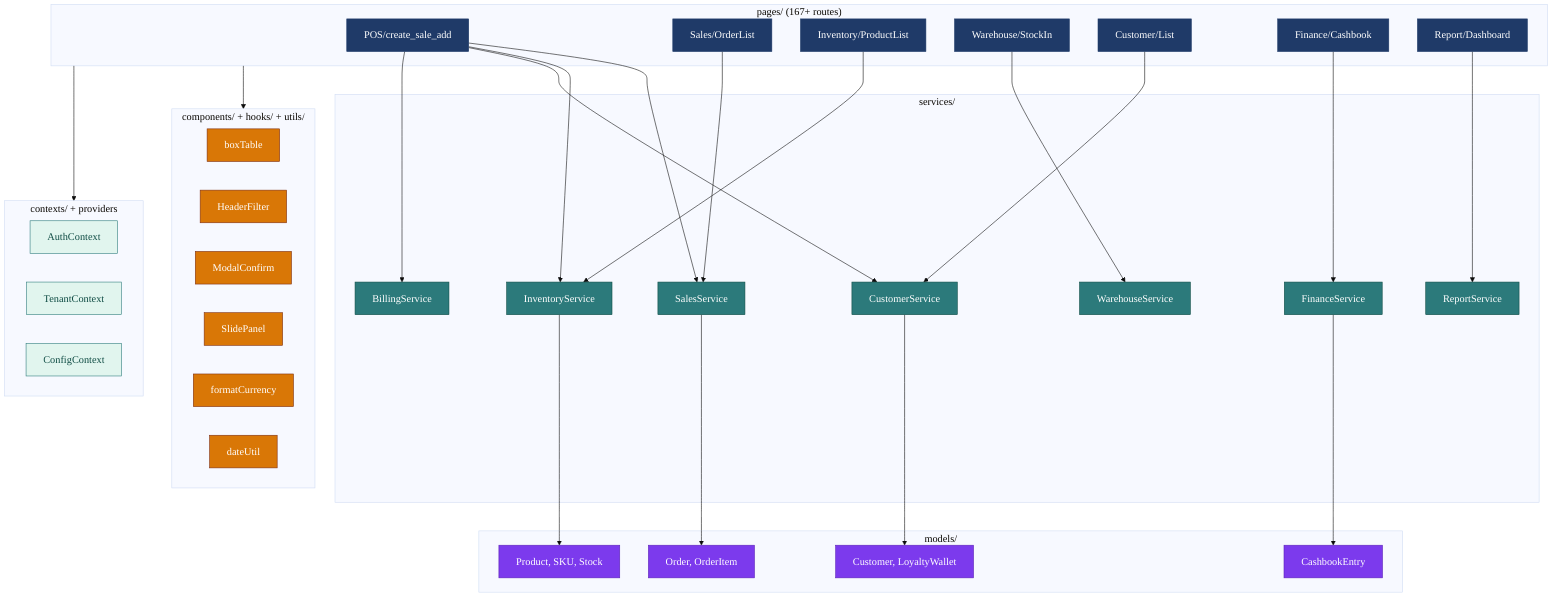
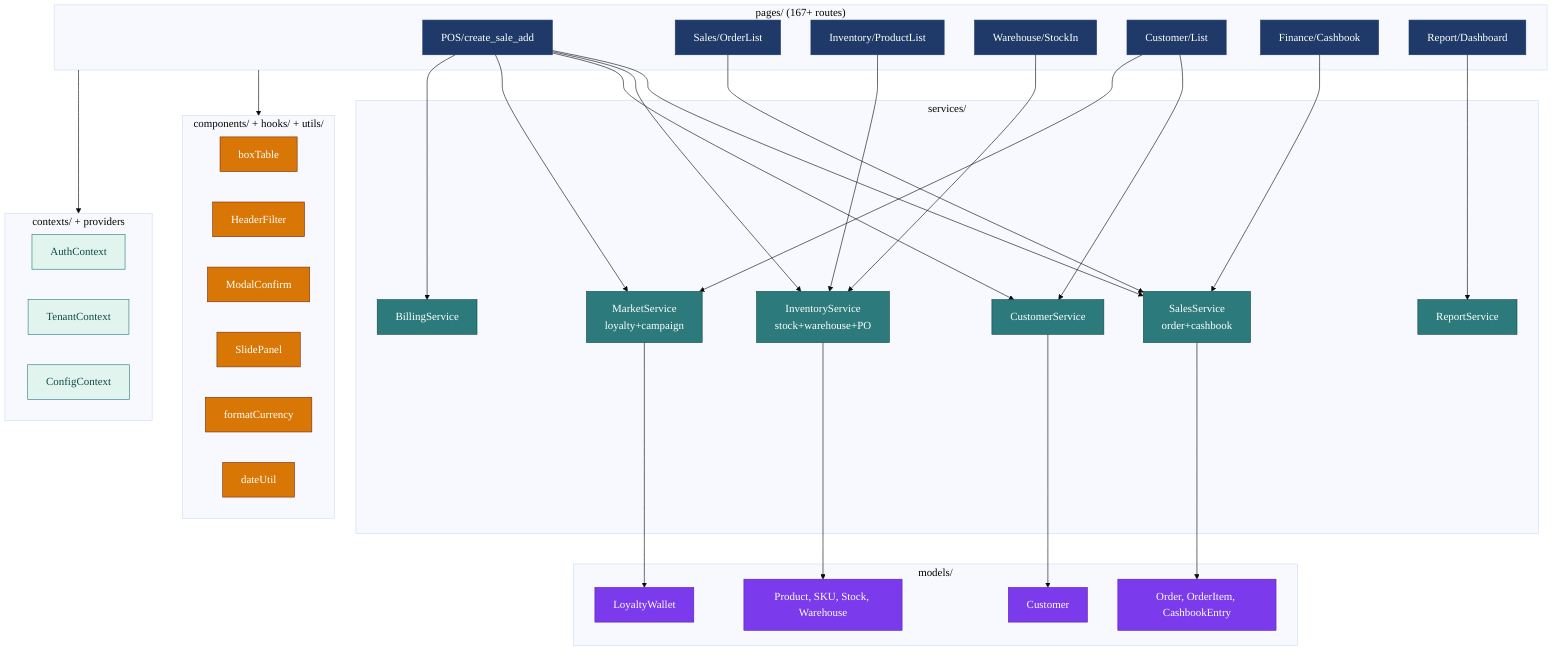
%%{init: {'theme':'base','themeVariables':{'fontFamily':'Calibri','fontSize':'18px'}}}%%
flowchart TB
    subgraph PAGES["pages/ (167+ routes)"]
      POS_P[POS/create_sale_add]
      ORD_P[Sales/OrderList]
      INV_P[Inventory/ProductList]
      WH_P[Warehouse/StockIn]
      CUST_P[Customer/List]
      FIN_P[Finance/Cashbook]
      RPT_P[Report/Dashboard]
    end

    subgraph SERVICES["services/"]
-       SS[SalesService]
-       IS[InventoryService]
-       WS[WarehouseService]
+       SS[SalesService<br/>order+cashbook]
+       IS[InventoryService<br/>stock+warehouse+PO]
      CS[CustomerService]
-       FS[FinanceService]
+       MS[MarketService<br/>loyalty+campaign]
      RS[ReportService]
      BS[BillingService]
    end

    subgraph MODELS["models/"]
-       M_ORD[Order, OrderItem]
-       M_PRD[Product, SKU, Stock]
-       M_CUST[Customer, LoyaltyWallet]
-       M_CASH[CashbookEntry]
+       M_ORD[Order, OrderItem, CashbookEntry]
+       M_PRD[Product, SKU, Stock, Warehouse]
+       M_CUST[Customer]
+       M_LOY[LoyaltyWallet]
    end

    subgraph SHARED["components/ + hooks/ + utils/"]
      BOX[boxTable]
      HF[HeaderFilter]
      MC[ModalConfirm]
      SP[SlidePanel]
      FMT[formatCurrency]
      DT[dateUtil]
    end

    subgraph CTX["contexts/ + providers"]
      AUTH[AuthContext]
      TENANT[TenantContext]
      CFG[ConfigContext]
    end

    POS_P --> SS
    POS_P --> IS
    POS_P --> CS
+     POS_P --> MS
    ORD_P --> SS
    INV_P --> IS
-     WH_P --> WS
+     WH_P --> IS
    CUST_P --> CS
-     FIN_P --> FS
+     CUST_P --> MS
+     FIN_P --> SS
    RPT_P --> RS
    POS_P --> BS

    SS --> M_ORD
    IS --> M_PRD
    CS --> M_CUST
-     FS --> M_CASH
+     MS --> M_LOY

    PAGES --> SHARED
    PAGES --> CTX

    classDef pg fill:#1F3A68,stroke:#1F3A68,color:#fff
    classDef sv fill:#2C7A7B,stroke:#0F4C44,color:#fff
    classDef md fill:#7C3AED,stroke:#5B21B6,color:#fff
    classDef sh fill:#D97706,stroke:#7C2D12,color:#fff
    classDef cx fill:#E1F5EE,stroke:#2C7A7B,color:#0F4C44

    class POS_P,ORD_P,INV_P,WH_P,CUST_P,FIN_P,RPT_P pg
-     class SS,IS,WS,CS,FS,RS,BS sv
-     class M_ORD,M_PRD,M_CUST,M_CASH md
+     class SS,IS,CS,MS,RS,BS sv
+     class M_ORD,M_PRD,M_CUST,M_LOY md
    class BOX,HF,MC,SP,FMT,DT sh
    class AUTH,TENANT,CFG cx
